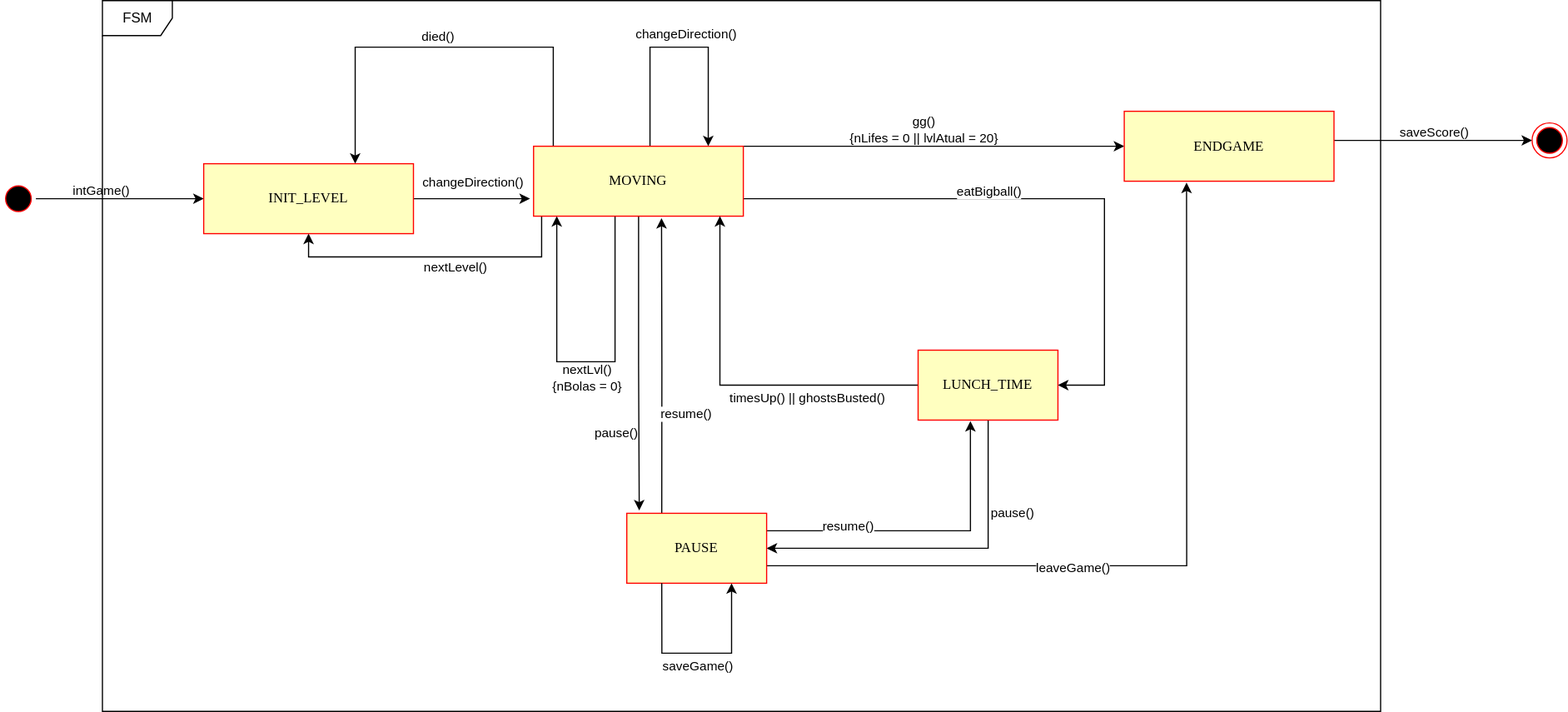
EdEquinox/PAC-MANo keeps this draw.io diagram as State_Diagram.svg. Above is the earlier version. Source tidied: cells renumbered, new cells last; positions are measured from the earlier drawing's top-left corner, leaving out a move shared by most shapes.
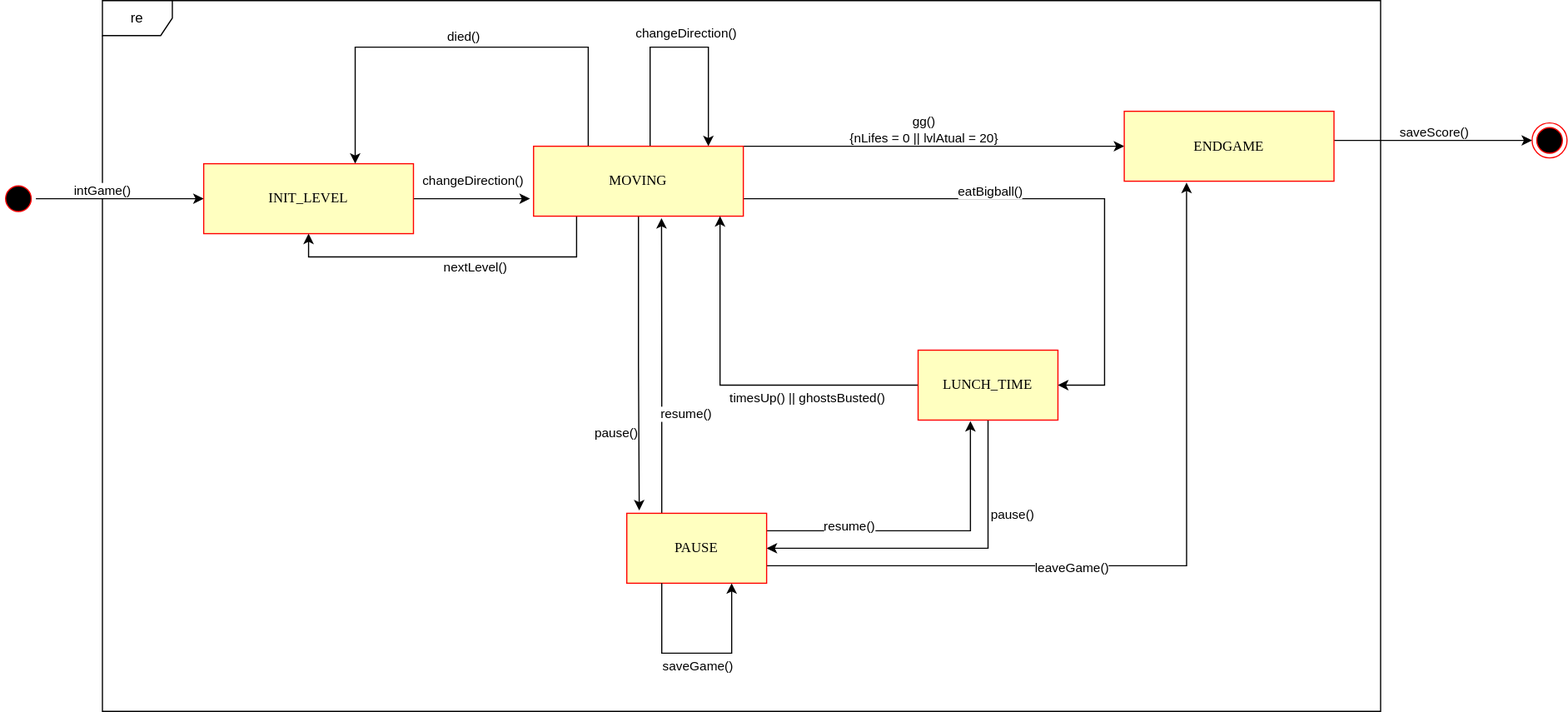
The same diagram one commit later.

What changed in the source:
```diff
@@ -2,6 +2,9 @@
   <root>
     <mxCell id="0" />
     <mxCell id="1" parent="0" />
+    <mxCell id="41" value="re" style="shape=umlFrame;whiteSpace=wrap;html=1;" parent="1" vertex="1">
+      <mxGeometry x="87.1" width="1096.9" height="610" as="geometry" />
+    </mxCell>
     <mxCell id="2" style="edgeStyle=orthogonalEdgeStyle;jettySize=auto;html=1;exitX=0.5;exitY=0;exitDx=0;exitDy=0;entryX=0;entryY=0.5;entryDx=0;entryDy=0;rounded=0;" parent="1" edge="1" source="4">
       <mxGeometry relative="1" as="geometry">
         <mxPoint x="174" y="170" as="targetPoint" />
@@ -28,23 +31,10 @@
         <mxPoint x="-2" y="-3" as="offset" />
       </mxGeometry>
     </mxCell>
-    <mxCell id="7" style="edgeStyle=orthogonalEdgeStyle;rounded=0;orthogonalLoop=1;jettySize=auto;html=1;" parent="1" edge="1" source="18" target="18">
-      <mxGeometry relative="1" as="geometry">
-        <Array as="points">
-          <mxPoint x="527" y="310" />
-          <mxPoint x="477" y="310" />
-        </Array>
-      </mxGeometry>
-    </mxCell>
-    <mxCell id="8" value="nextLvl()&lt;br&gt;{nBolas = 0}" style="edgeLabel;html=1;align=center;verticalAlign=middle;rounded=0;" parent="7" vertex="1">
-      <mxGeometry x="0.26" y="3" relative="1" as="geometry">
-        <mxPoint x="28" y="28" as="offset" />
-      </mxGeometry>
-    </mxCell>
     <mxCell id="9" style="edgeStyle=orthogonalEdgeStyle;rounded=0;jettySize=auto;html=1;" parent="1" edge="1" source="18" target="35">
       <mxGeometry relative="1" as="geometry">
         <Array as="points">
-          <mxPoint x="474" y="40" />
+          <mxPoint x="504" y="40" />
           <mxPoint x="304" y="40" />
         </Array>
       </mxGeometry>
@@ -85,7 +75,7 @@
     <mxCell id="16" style="edgeStyle=orthogonalEdgeStyle;jettySize=auto;html=1;entryX=0.5;entryY=1;entryDx=0;entryDy=0;rounded=0;" parent="1" edge="1" source="18" target="35">
       <mxGeometry relative="1" as="geometry">
         <Array as="points">
-          <mxPoint x="464" y="220" />
+          <mxPoint x="494" y="220" />
           <mxPoint x="264" y="220" />
         </Array>
       </mxGeometry>
@@ -198,8 +188,5 @@
     <mxCell id="40" style="ellipse;html=1;shape=endState;fillColor=#000000;strokeColor=#ff0000;rounded=0;" parent="1" vertex="1">
       <mxGeometry x="1314" y="105" width="30" height="30" as="geometry" />
     </mxCell>
-    <mxCell id="41" value="FSM" style="shape=umlFrame;whiteSpace=wrap;html=1;" parent="1" vertex="1">
-      <mxGeometry x="87.1" width="1096.9" height="610" as="geometry" />
-    </mxCell>
   </root>
 </mxGraphModel>
```
